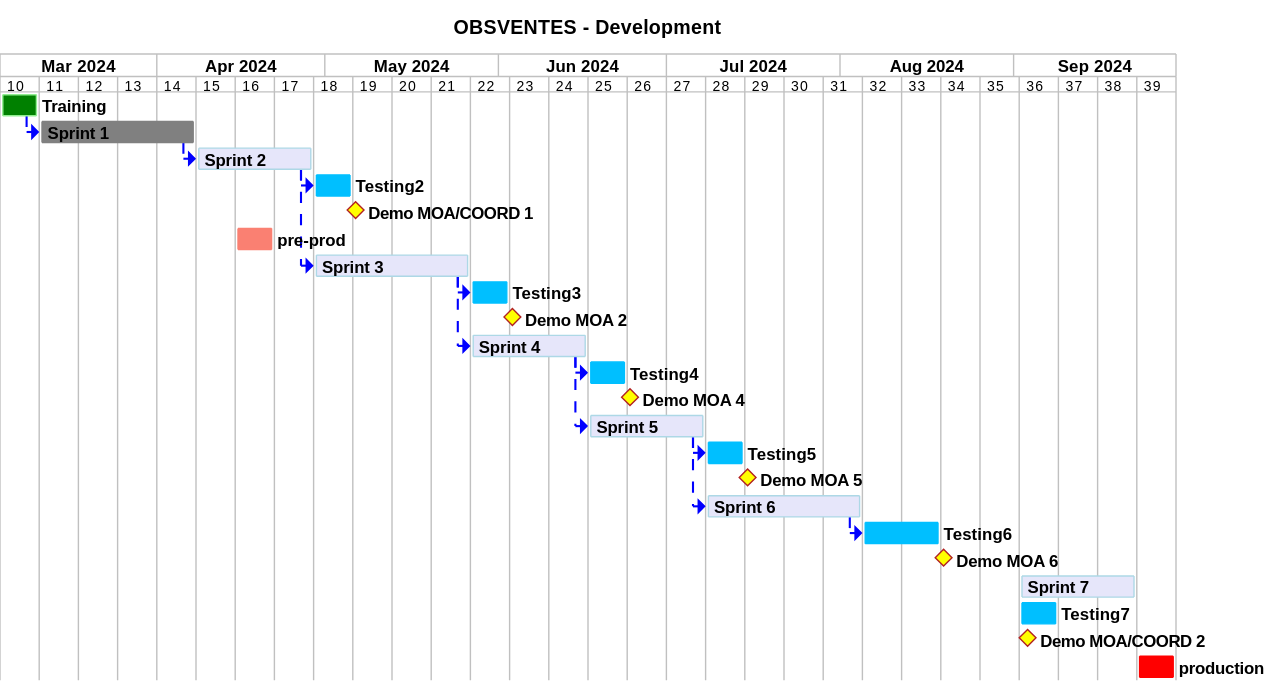
The PlantUML diagram projects/obsvente/not/images/refonte-obsventes-planning-sprints.svg in sumaris-net/sumaris-doc, before a commit. Its source is kept beside it as projects/obsvente/not/images/refonte-obsventes-planning-sprints.puml.
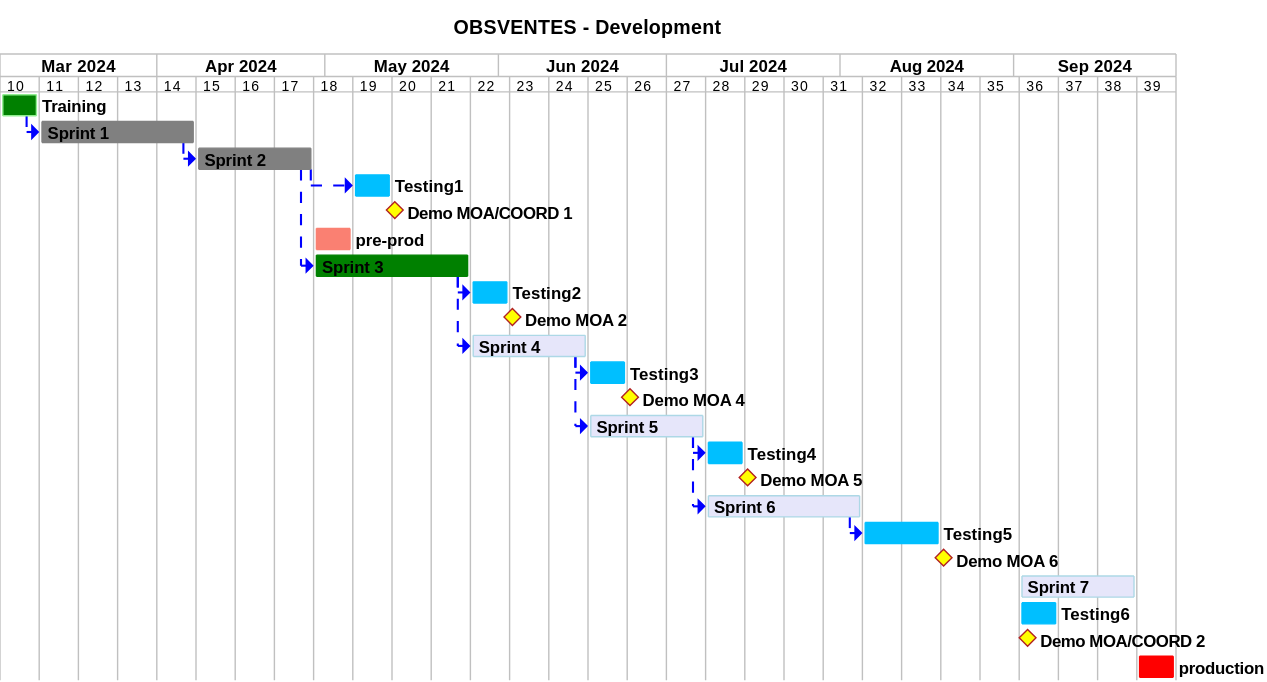
The same file after the commit.

The edit, as a diff of the source:
```diff
@@ -63,49 +63,49 @@
 
 
 [Sprint 2] as [TASK2] requires 3 weeks
-[TASK2] is colored in Lavender/LightBlue
+[TASK2] is colored in Grey
 [TASK1]->[TASK2]
-[Testing2] requires 1 week
-[TASK2]->[Testing2]
-[Demo MOA/COORD 1] happens 1 day after [Testing2]'s end
+[Testing1] requires 1 week and starts the 6th of May 2024
+[TASK2]->[Testing1]
+[Demo MOA/COORD 1] happens 1 day after [Testing1]'s end
 
-[pre-prod] as [PREPROD] requires 1 week and starts the 15th of April 2024
+[pre-prod] as [PREPROD] requires 1 week and starts the 29th of April 2024
 [PREPROD] is colored in salmon
 
 [Sprint 3] as [TASK3] requires 4 weeks
-[TASK3] is colored in Lavender/LightBlue
+[TASK3] is colored in green
 [TASK2]->[TASK3]
-[Testing3] requires 1 week
-[TASK3]->[Testing3]
-[Demo MOA 2] happens 1 day after [Testing3]'s end
+[Testing2] requires 1 week
+[TASK3]->[Testing2]
+[Demo MOA 2] happens 1 day after [Testing2]'s end
 
 [Sprint 4] as [TASK4] requires 3 weeks
 [TASK4] is colored in Lavender/LightBlue
 [TASK3]->[TASK4]
-[Testing4] requires 1 week
-[TASK4]->[Testing4]
-[Demo MOA 4] happens 1 day after [Testing4]'s end
+[Testing3] requires 1 week
+[TASK4]->[Testing3]
+[Demo MOA 4] happens 1 day after [Testing3]'s end
 
 [Sprint 5] as [TASK5] requires 3 weeks
 [TASK5] is colored in Lavender/LightBlue
 [TASK4]->[TASK5]
-[Testing5] requires 1 week
-[TASK5]->[Testing5]
-[Demo MOA 5] happens 1 day after [Testing5]'s end
+[Testing4] requires 1 week
+[TASK5]->[Testing4]
+[Demo MOA 5] happens 1 day after [Testing4]'s end
 
 [Sprint 6] as [TASK6] requires 4 weeks
 [TASK6] is colored in Lavender/LightBlue
 [TASK5]->[TASK6]
-[Testing6] requires 2 week
-[TASK6]->[Testing6]
-[Demo MOA 6] happens 1 day after [Testing6]'s end
+[Testing5] requires 2 week
+[TASK6]->[Testing5]
+[Demo MOA 6] happens 1 day after [Testing5]'s end
 
 
 [Sprint 7] as [TASK7] requires 3 weeks and starts the 2th of September 2024
 [TASK7] is colored in Lavender/LightBlue
-[Testing7] requires 1 week and  starts the 2th of September 2024
+[Testing6] requires 1 week and  starts the 2th of September 2024
 
-[Demo MOA/COORD 2] happens 1 day after [Testing7]'s start
+[Demo MOA/COORD 2] happens 1 day after [Testing6]'s start
 
 [production] as [PROD] requires 1 week and starts the 23th of September 2024
 [PROD] is colored in red
```
